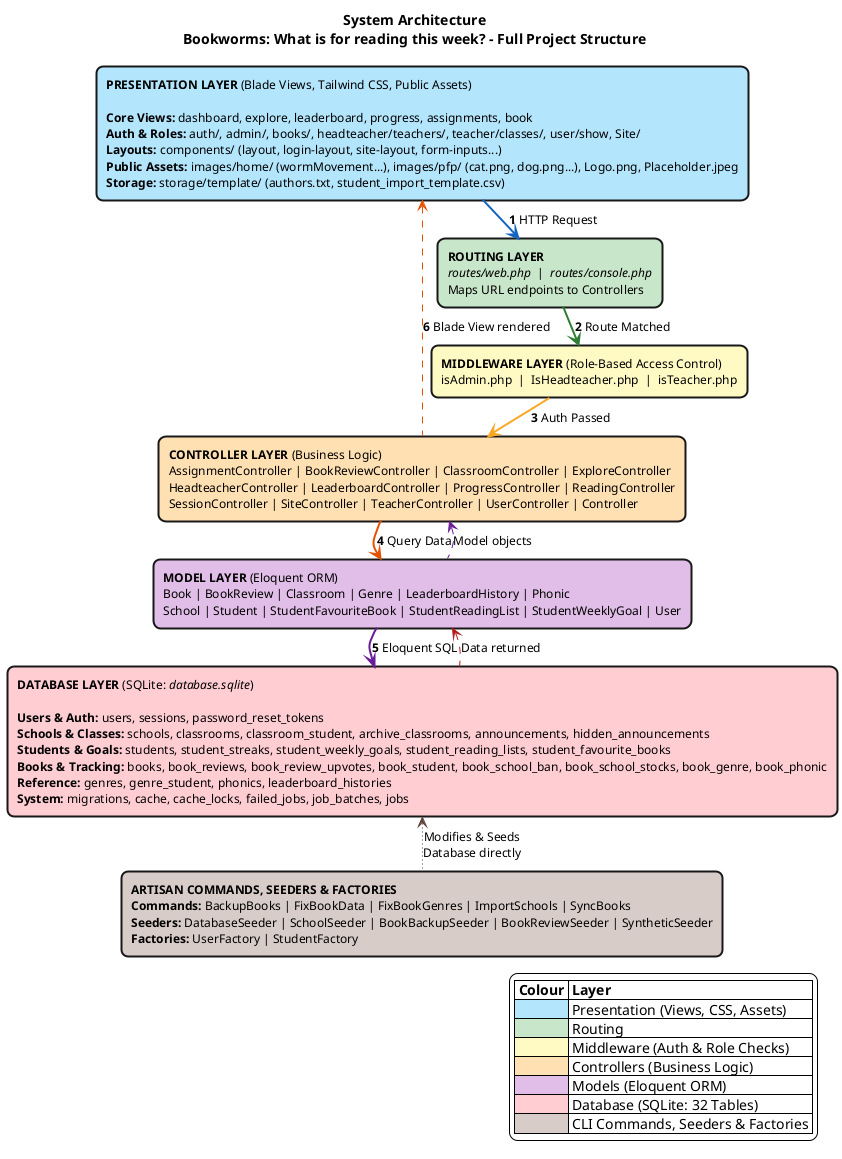
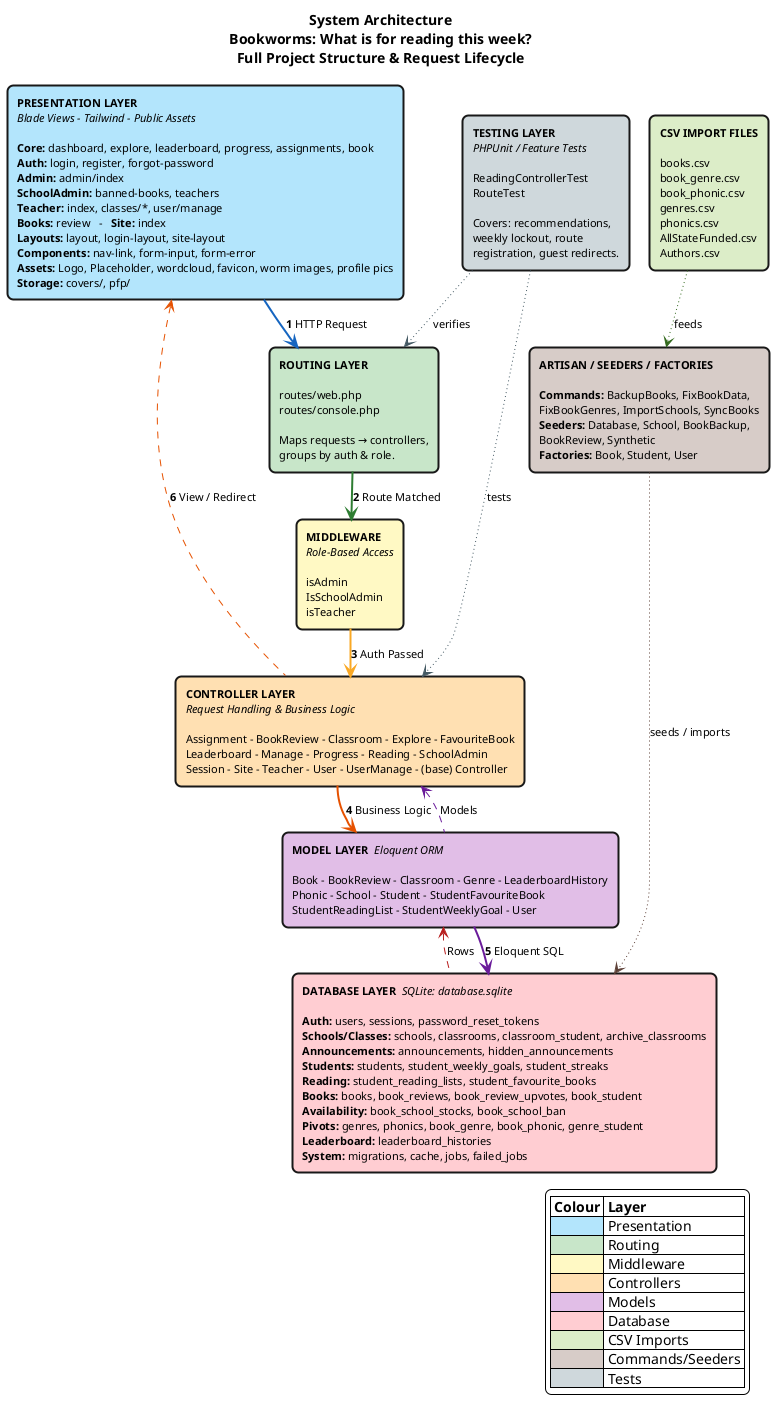
@startuml SystemArchitecture

skinparam backgroundColor #FFFFFF
skinparam defaultFontName "Segoe UI"
- skinparam defaultFontSize 12
+ skinparam defaultFontSize 11
skinparam shadowing false
- skinparam roundCorner 15
- skinparam nodesep 15
- skinparam ranksep 20
+ skinparam roundCorner 12
+ skinparam nodesep 20
+ skinparam ranksep 30
skinparam rectangle {
    BorderThickness 2
}

- title <b>System Architecture\nBookworms: What is for reading this week? - Full Project Structure
- ' ══════════════════════════════════════
- ' PRESENTATION LAYER
- ' ══════════════════════════════════════
- rectangle "**PRESENTATION LAYER** (Blade Views, Tailwind CSS, Public Assets)\n\n**Core Views:** dashboard, explore, leaderboard, progress, assignments, book\n**Auth & Roles:** auth/, admin/, books/, headteacher/teachers/, teacher/classes/, user/show, Site/\n**Layouts:** components/ (layout, login-layout, site-layout, form-inputs...)\n**Public Assets:** images/home/ (wormMovement...), images/pfp/ (cat.png, dog.png...), Logo.png, Placeholder.jpeg\n**Storage:** storage/template/ (authors.txt, student_import_template.csv)" as PRES #B3E5FC
+ title <b>System Architecture\nBookworms: What is for reading this week?\nFull Project Structure & Request Lifecycle

- ' ══════════════════════════════════════
- ' ROUTING LAYER
- ' ══════════════════════════════════════
- rectangle "**ROUTING LAYER**\n<i>routes/web.php</i>  |  <i>routes/console.php</i>\nMaps URL endpoints to Controllers" as ROUTES #C8E6C9
+ ' ============= PRESENTATION =============
+ rectangle "**PRESENTATION LAYER**\n<i>Blade Views - Tailwind - Public Assets</i>\n\n**Core:** dashboard, explore, leaderboard, progress, assignments, book\n**Auth:** login, register, forgot-password\n**Admin:** admin/index\n**SchoolAdmin:** banned-books, teachers\n**Teacher:** index, classes/*, user/manage\n**Books:** review   -   **Site:** index\n**Layouts:** layout, login-layout, site-layout\n**Components:** nav-link, form-input, form-error\n**Assets:** Logo, Placeholder, wordcloud, favicon, worm images, profile pics\n**Storage:** covers/, pfp/" as PRES #B3E5FC

- ' ══════════════════════════════════════
- ' MIDDLEWARE LAYER
- ' ══════════════════════════════════════
- rectangle "**MIDDLEWARE LAYER** (Role-Based Access Control)\nisAdmin.php  |  IsHeadteacher.php  |  isTeacher.php" as MW #FFF9C4
+ ' ============= ROUTING / MIDDLEWARE =============
+ together {
+   rectangle "**ROUTING LAYER**\n\nroutes/web.php\nroutes/console.php\n\nMaps requests → controllers,\ngroups by auth & role." as ROUTES #C8E6C9

- ' ══════════════════════════════════════
- ' CONTROLLER LAYER
- ' ══════════════════════════════════════
- rectangle "**CONTROLLER LAYER** (Business Logic)\nAssignmentController | BookReviewController | ClassroomController | ExploreController\nHeadteacherController | LeaderboardController | ProgressController | ReadingController\nSessionController | SiteController | TeacherController | UserController | Controller" as CTRL #FFE0B2
+   rectangle "**MIDDLEWARE**\n<i>Role-Based Access</i>\n\nisAdmin\nIsSchoolAdmin\nisTeacher" as MW #FFF9C4
+ }

- ' ══════════════════════════════════════
- ' MODEL LAYER
- ' ══════════════════════════════════════
- rectangle "**MODEL LAYER** (Eloquent ORM)\nBook | BookReview | Classroom | Genre | LeaderboardHistory | Phonic\nSchool | Student | StudentFavouriteBook | StudentReadingList | StudentWeeklyGoal | User" as MODELS #E1BEE7
+ ' ============= CONTROLLERS =============
+ rectangle "**CONTROLLER LAYER**\n<i>Request Handling & Business Logic</i>\n\nAssignment - BookReview - Classroom - Explore - FavouriteBook\nLeaderboard - Manage - Progress - Reading - SchoolAdmin\nSession - Site - Teacher - User - UserManage - (base) Controller" as CTRL #FFE0B2

- ' ══════════════════════════════════════
- ' DATABASE LAYER
- ' ══════════════════════════════════════
- rectangle "**DATABASE LAYER** (SQLite: <i>database.sqlite</i>)\n\n**Users & Auth:** users, sessions, password_reset_tokens\n**Schools & Classes:** schools, classrooms, classroom_student, archive_classrooms, announcements, hidden_announcements\n**Students & Goals:** students, student_streaks, student_weekly_goals, student_reading_lists, student_favourite_books\n**Books & Tracking:** books, book_reviews, book_review_upvotes, book_student, book_school_ban, book_school_stocks, book_genre, book_phonic\n**Reference:** genres, genre_student, phonics, leaderboard_histories\n**System:** migrations, cache, cache_locks, failed_jobs, job_batches, jobs" as DB #FFCDD2
+ ' ============= MODELS =============
+ rectangle "**MODEL LAYER**  <i>Eloquent ORM</i>\n\nBook - BookReview - Classroom - Genre - LeaderboardHistory\nPhonic - School - Student - StudentFavouriteBook\nStudentReadingList - StudentWeeklyGoal - User" as MODELS #E1BEE7

- ' ══════════════════════════════════════
- ' CONSOLE / DB TOOLS
- ' ══════════════════════════════════════
- rectangle "**ARTISAN COMMANDS, SEEDERS & FACTORIES**\n**Commands:** BackupBooks | FixBookData | FixBookGenres | ImportSchools | SyncBooks\n**Seeders:** DatabaseSeeder | SchoolSeeder | BookBackupSeeder | BookReviewSeeder | SyntheticSeeder\n**Factories:** UserFactory | StudentFactory" as CMD #D7CCC8
+ ' ============= DATABASE =============
+ rectangle "**DATABASE LAYER**  <i>SQLite: database.sqlite</i>\n\n**Auth:** users, sessions, password_reset_tokens\n**Schools/Classes:** schools, classrooms, classroom_student, archive_classrooms\n**Announcements:** announcements, hidden_announcements\n**Students:** students, student_weekly_goals, student_streaks\n**Reading:** student_reading_lists, student_favourite_books\n**Books:** books, book_reviews, book_review_upvotes, book_student\n**Availability:** book_school_stocks, book_school_ban\n**Pivots:** genres, phonics, book_genre, book_phonic, genre_student\n**Leaderboard:** leaderboard_histories\n**System:** migrations, cache, jobs, failed_jobs" as DB #FFCDD2

- ' ══════════════════════════════════════
- ' MAIN FLOW (Top → Bottom)
- ' ══════════════════════════════════════
- PRES -[#1565C0,bold]down-> ROUTES : **1** HTTP Request
- ROUTES -[#2E7D32,bold]down-> MW : **2** Route Matched
- MW -[#F9A825,bold]down-> CTRL : **3** Auth Passed
- CTRL -[#E65100,bold]down-> MODELS : **4** Query Data
- MODELS -[#6A1B9A,bold]down-> DB : **5** Eloquent SQL
+ ' ============= SIDE NODES =============
+ together {
+   rectangle "**CSV IMPORT FILES**\n\nbooks.csv\nbook_genre.csv\nbook_phonic.csv\ngenres.csv\nphonics.csv\nAllStateFunded.csv\nAuthors.csv" as CSV #DCEDC8

- ' ── Return flow ──
- DB -[#B71C1C,dashed]up-> MODELS : Data returned
- MODELS -[#6A1B9A,dashed]up-> CTRL : Model objects
- CTRL -[#E65100,dashed]up-> PRES : **6** Blade View rendered
+   rectangle "**ARTISAN / SEEDERS / FACTORIES**\n\n**Commands:** BackupBooks, FixBookData,\nFixBookGenres, ImportSchools, SyncBooks\n**Seeders:** Database, School, BookBackup,\nBookReview, Synthetic\n**Factories:** Book, Student, User" as CMD #D7CCC8

- ' ── Side connections ──
- CMD -[#5D4037,dotted]up-> DB : Modifies & Seeds\nDatabase directly
+   rectangle "**TESTING LAYER**\n<i>PHPUnit / Feature Tests</i>\n\nReadingControllerTest\nRouteTest\n\nCovers: recommendations,\nweekly lockout, route\nregistration, guest redirects." as TESTS #CFD8DC
+ }

- ' ══════════════════════════════════════
- ' LEGEND
- ' ══════════════════════════════════════
+ ' ============= REQUEST FLOW (downwards) =============
+ PRES   -[#1565C0,bold]down->   ROUTES : **1** HTTP Request
+ ROUTES -[#2E7D32,bold]down->   MW     : **2** Route Matched
+ MW     -[#F9A825,bold]down->   CTRL   : **3** Auth Passed
+ CTRL   -[#E65100,bold]down->   MODELS : **4** Business Logic
+ MODELS -[#6A1B9A,bold]down->   DB     : **5** Eloquent SQL
+ 
+ ' ============= RESPONSE FLOW (dashed) =============
+ DB     -[#B71C1C,dashed]up-> MODELS : Rows
+ MODELS -[#6A1B9A,dashed]up-> CTRL   : Models
+ CTRL   -[#E65100,dashed]up-> PRES   : **6** View / Redirect
+ 
+ ' ============= SIDE FLOWS =============
+ CSV   -[#33691E,dotted]-> CMD : feeds
+ CMD   -[#5D4037,dotted]-> DB  : seeds / imports
+ TESTS -[#455A64,dotted]-> CTRL : tests
+ TESTS -[#455A64,dotted]-> ROUTES : verifies
+ 
+ ' ============= LEGEND =============
legend bottom right
  |= Colour |= Layer |
-   |<#B3E5FC> | Presentation (Views, CSS, Assets) |
-   |<#C8E6C9> | Routing |
-   |<#FFF9C4> | Middleware (Auth & Role Checks) |
-   |<#FFE0B2> | Controllers (Business Logic) |
-   |<#E1BEE7> | Models (Eloquent ORM) |
-   |<#FFCDD2> | Database (SQLite: 32 Tables) |
-   |<#D7CCC8> | CLI Commands, Seeders & Factories |
+   |<#B3E5FC>     | Presentation |
+   |<#C8E6C9>     | Routing |
+   |<#FFF9C4>     | Middleware |
+   |<#FFE0B2>     | Controllers |
+   |<#E1BEE7>     | Models |
+   |<#FFCDD2>     | Database |
+   |<#DCEDC8>     | CSV Imports |
+   |<#D7CCC8>     | Commands/Seeders |
+   |<#CFD8DC>     | Tests |
end legend
- 
@enduml